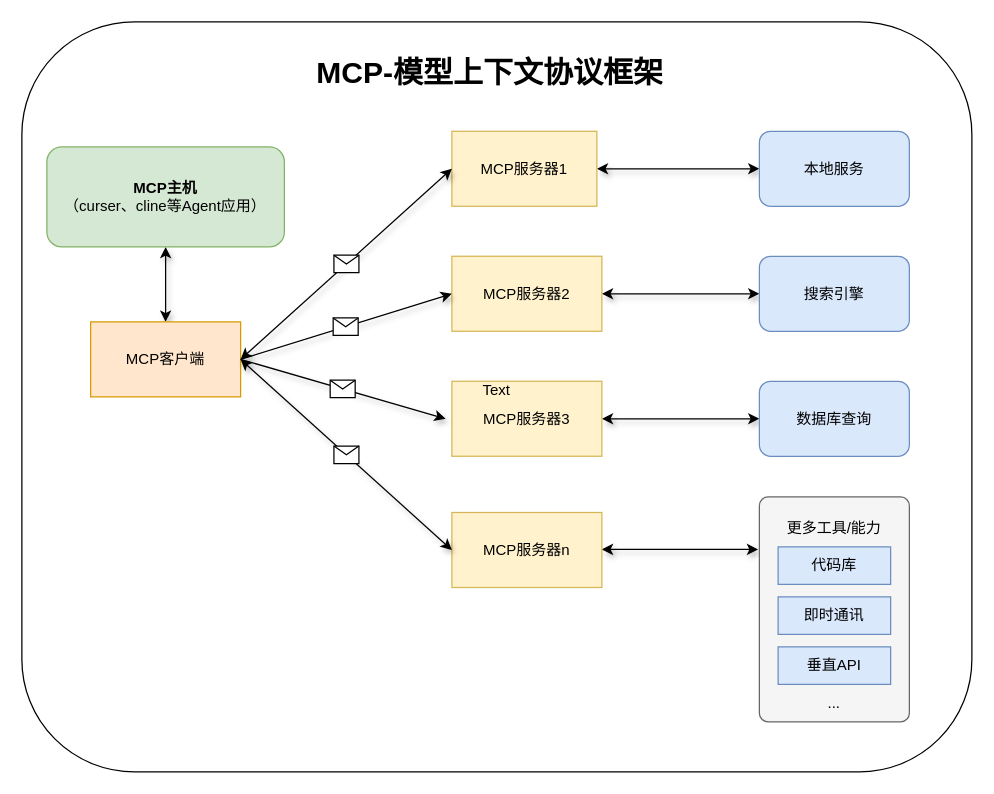
This is 未命名绘图.drawio from DanielFu12/Draw, a draw.io file, before an edit. Source tidied: cells renumbered, new cells numbered last; positions are measured from the earlier drawing's top-left corner, leaving out a move shared by most shapes. Both pictures are drawn from the tidied source at 125%, with x=0, y=0 at pixel (21, 21).
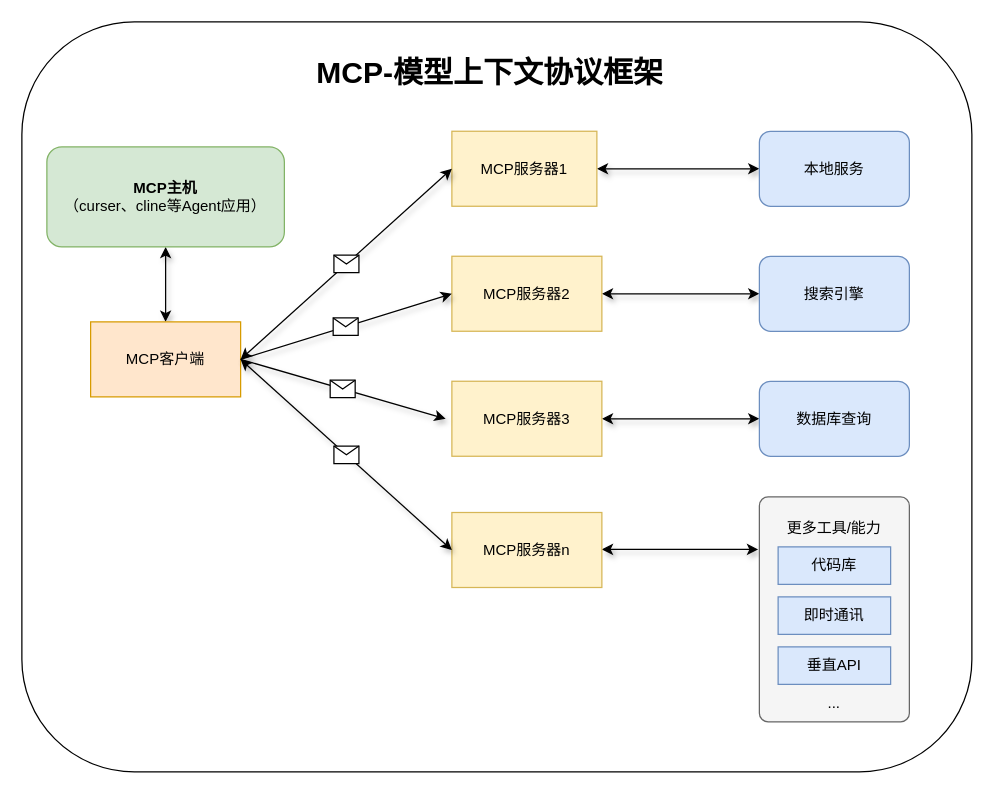
The same page after the edit.

Commit message (it also covers changes not shown here):
模型上下文协议.drawio

What changed in the source:
```diff
@@
-    <mxCell id="31" value="Text" style="text;html=1;align=center;verticalAlign=middle;whiteSpace=wrap;rounded=0;" parent="1" vertex="1">
-      <mxGeometry x="350" y="280" width="60" height="30" as="geometry" />
-    </mxCell>
```
